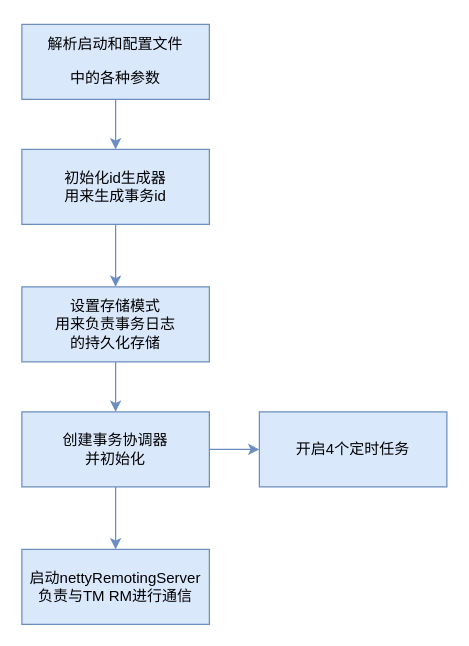
Before: seata/seata server启动流程.drawio in erlieStar/diagrams, a draw.io diagram. Source tidied: cells renumbered, new cells numbered last; positions are measured from the earlier drawing's top-left corner, leaving out a move shared by most shapes. Both pictures are drawn from the tidied source at 125%, with x=0, y=0 at pixel (21, 24).
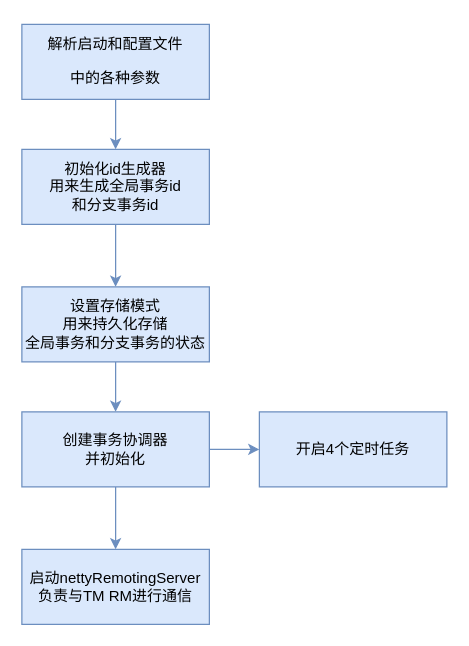
The same page after the edit.

Change to the diagram source:
```diff
@@
 <mxGraphModel>
   <root>
     <mxCell id="0" />
     <mxCell id="1" parent="0" />
     <mxCell id="2" style="edgeStyle=orthogonalEdgeStyle;rounded=0;jettySize=auto;html=1;fillColor=#dae8fc;strokeColor=#6c8ebf;" parent="1" edge="1" source="3" target="5">
       <mxGeometry relative="1" as="geometry" />
     </mxCell>
     <mxCell id="3" value="&lt;pre&gt;解析启动和配置文件&lt;/pre&gt;&lt;pre&gt;中的各种参数&lt;/pre&gt;" style="rounded=0;whiteSpace=wrap;html=1;fillColor=#dae8fc;strokeColor=#6c8ebf;" parent="1" vertex="1">
       <mxGeometry width="150" height="60" as="geometry" />
     </mxCell>
     <mxCell id="4" style="edgeStyle=orthogonalEdgeStyle;rounded=0;jettySize=auto;html=1;fillColor=#dae8fc;strokeColor=#6c8ebf;" parent="1" edge="1" source="5" target="7">
       <mxGeometry relative="1" as="geometry" />
     </mxCell>
-    <mxCell id="5" value="初始化id生成器&lt;br&gt;用来生成事务id" style="rounded=0;whiteSpace=wrap;html=1;fillColor=#dae8fc;strokeColor=#6c8ebf;" parent="1" vertex="1">
+    <mxCell id="5" value="初始化id生成器&lt;br&gt;用来生成全局事务id&lt;br&gt;和分支事务id" style="rounded=0;whiteSpace=wrap;html=1;fillColor=#dae8fc;strokeColor=#6c8ebf;" parent="1" vertex="1">
       <mxGeometry y="100" width="150" height="60" as="geometry" />
     </mxCell>
     <mxCell id="6" style="edgeStyle=orthogonalEdgeStyle;rounded=0;jettySize=auto;html=1;fillColor=#dae8fc;strokeColor=#6c8ebf;" parent="1" edge="1" source="7" target="10">
       <mxGeometry relative="1" as="geometry" />
     </mxCell>
-    <mxCell id="7" value="设置存储模式&lt;br&gt;用来负责事务日志&lt;br&gt;的持久化存储" style="rounded=0;whiteSpace=wrap;html=1;fillColor=#dae8fc;strokeColor=#6c8ebf;" parent="1" vertex="1">
+    <mxCell id="7" value="设置存储模式&lt;br&gt;用来持久化存储&lt;br&gt;全局事务和分支事务的状态" style="rounded=0;whiteSpace=wrap;html=1;fillColor=#dae8fc;strokeColor=#6c8ebf;" parent="1" vertex="1">
       <mxGeometry y="210" width="150" height="60" as="geometry" />
     </mxCell>
     <mxCell id="8" style="edgeStyle=orthogonalEdgeStyle;rounded=0;jettySize=auto;html=1;fillColor=#dae8fc;strokeColor=#6c8ebf;" parent="1" edge="1" source="10" target="11">
       <mxGeometry relative="1" as="geometry" />
     </mxCell>
     <mxCell id="9" style="edgeStyle=orthogonalEdgeStyle;rounded=0;jettySize=auto;html=1;fillColor=#dae8fc;strokeColor=#6c8ebf;" parent="1" edge="1" source="10" target="12">
       <mxGeometry relative="1" as="geometry" />
     </mxCell>
     <mxCell id="10" value="创建事务协调器&lt;br&gt;并初始化" style="rounded=0;whiteSpace=wrap;html=1;fillColor=#dae8fc;strokeColor=#6c8ebf;" parent="1" vertex="1">
       <mxGeometry y="310" width="150" height="60" as="geometry" />
     </mxCell>
     <mxCell id="11" value="启动nettyRemotingServer&lt;br&gt;负责与TM RM进行通信" style="rounded=0;whiteSpace=wrap;html=1;fillColor=#dae8fc;strokeColor=#6c8ebf;" parent="1" vertex="1">
       <mxGeometry y="420" width="150" height="60" as="geometry" />
     </mxCell>
     <mxCell id="12" value="开启4个定时任务" style="rounded=0;whiteSpace=wrap;html=1;fillColor=#dae8fc;strokeColor=#6c8ebf;" parent="1" vertex="1">
       <mxGeometry x="190" y="310" width="150" height="60" as="geometry" />
     </mxCell>
   </root>
 </mxGraphModel>
```
